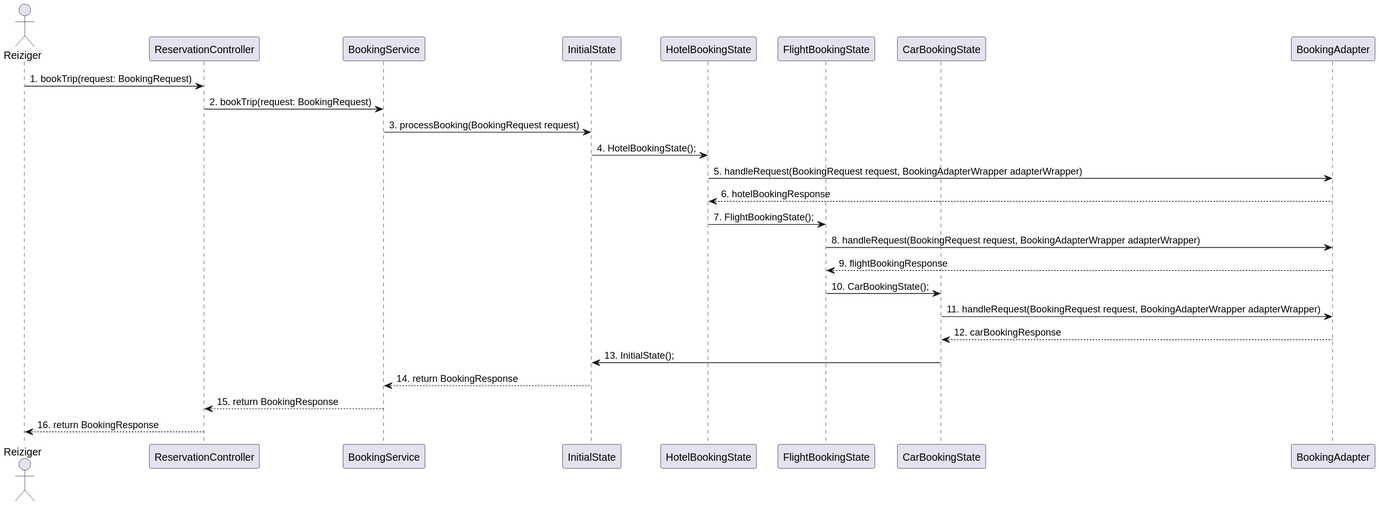
The PlantUML diagram software-guidebook/ontwerpvraag-burak/sequence-diagram-burak.svg in AIM-ENE-feb25/triptop-beca, before a commit.
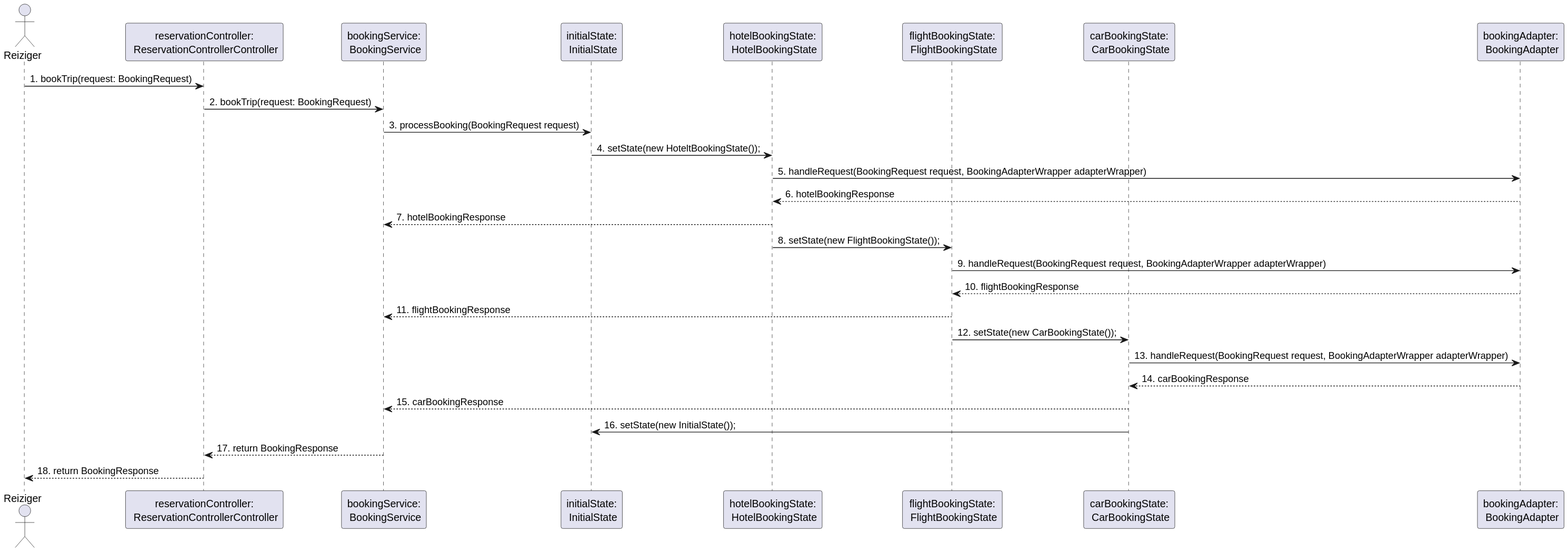
Above is the later version.

Commit message:
sequence veranderd

The edit, as a diff of the source:
```diff
@@ -1,32 +1,34 @@
 @startuml
-actor Reiziger
-participant ReservationController
-participant BookingService
-participant InitialState
-participant HotelBookingState
-participant FlightBookingState
-participant CarBookingState
-participant BookingAdapter
+actor reiziger as "Reiziger"
+participant reservationController AS "reservationController:\n ReservationControllerController"
+participant bookingService AS "bookingService:\n BookingService"
+participant initialState AS "initialState:\n InitialState"
+participant hotelBookingState AS "hotelBookingState:\n HotelBookingState"
+participant flightBookingState AS "flightBookingState:\n FlightBookingState"
+participant carBookingState AS "carBookingState:\n CarBookingState"
+participant bookingAdapter AS "bookingAdapter:\n BookingAdapter"
 
-Reiziger -> ReservationController: 1. bookTrip(request: BookingRequest)
-ReservationController -> BookingService: 2. bookTrip(request: BookingRequest)
+reiziger -> reservationController: 1. bookTrip(request: BookingRequest)
+reservationController -> bookingService: 2. bookTrip(request: BookingRequest)
 
-BookingService -> InitialState: 3. processBooking(BookingRequest request)
+bookingService -> initialState: 3. processBooking(BookingRequest request)
 
-InitialState -> HotelBookingState: 4. HotelBookingState();
-HotelBookingState -> BookingAdapter: 5. handleRequest(BookingRequest request, BookingAdapterWrapper adapterWrapper)
-BookingAdapter --> HotelBookingState: 6. hotelBookingResponse
+initialState -> hotelBookingState: 4. setState(new HoteltBookingState());
+hotelBookingState -> bookingAdapter: 5. handleRequest(BookingRequest request, BookingAdapterWrapper adapterWrapper)
+bookingAdapter --> hotelBookingState: 6. hotelBookingResponse
+hotelBookingState --> bookingService: 7. hotelBookingResponse
 
-HotelBookingState -> FlightBookingState: 7. FlightBookingState();
-FlightBookingState -> BookingAdapter: 8. handleRequest(BookingRequest request, BookingAdapterWrapper adapterWrapper)
-BookingAdapter --> FlightBookingState: 9. flightBookingResponse
+hotelBookingState -> flightBookingState: 8. setState(new FlightBookingState());
+flightBookingState -> bookingAdapter: 9. handleRequest(BookingRequest request, BookingAdapterWrapper adapterWrapper)
+bookingAdapter --> flightBookingState: 10. flightBookingResponse
+flightBookingState --> bookingService: 11. flightBookingResponse
 
-FlightBookingState -> CarBookingState: 10. CarBookingState();
-CarBookingState -> BookingAdapter: 11. handleRequest(BookingRequest request, BookingAdapterWrapper adapterWrapper)
-BookingAdapter --> CarBookingState: 12. carBookingResponse
+flightBookingState -> carBookingState: 12. setState(new CarBookingState());
+carBookingState -> bookingAdapter: 13. handleRequest(BookingRequest request, BookingAdapterWrapper adapterWrapper)
+bookingAdapter --> carBookingState: 14. carBookingResponse
+carBookingState --> bookingService: 15. carBookingResponse
 
-CarBookingState -> InitialState: 13. InitialState();
-InitialState --> BookingService: 14. return BookingResponse
-BookingService --> ReservationController: 15. return BookingResponse
-ReservationController --> Reiziger: 16. return BookingResponse
+carBookingState -> initialState: 16. setState(new InitialState());
+bookingService --> reservationController: 17. return BookingResponse
+reservationController --> reiziger: 18. return BookingResponse
 @enduml
```
